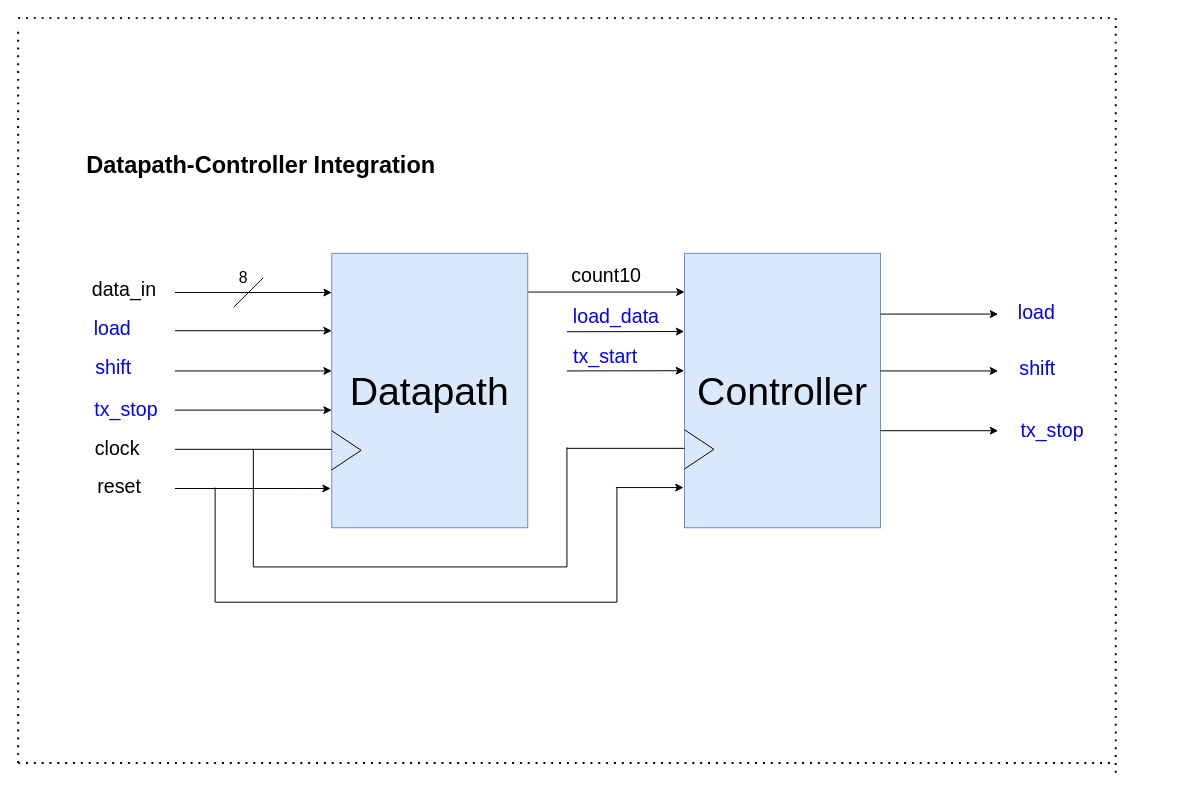
Above: docs/datapath-controller_uart.drawio in mnasirEE/uart_serial (draw.io), before the change. Source tidied: cells renumbered, new cells numbered last; positions are measured from the earlier drawing's top-left corner, leaving out a move shared by most shapes. Both pictures are drawn from the tidied source at 98%, with x=0, y=0 at pixel (18, 18).
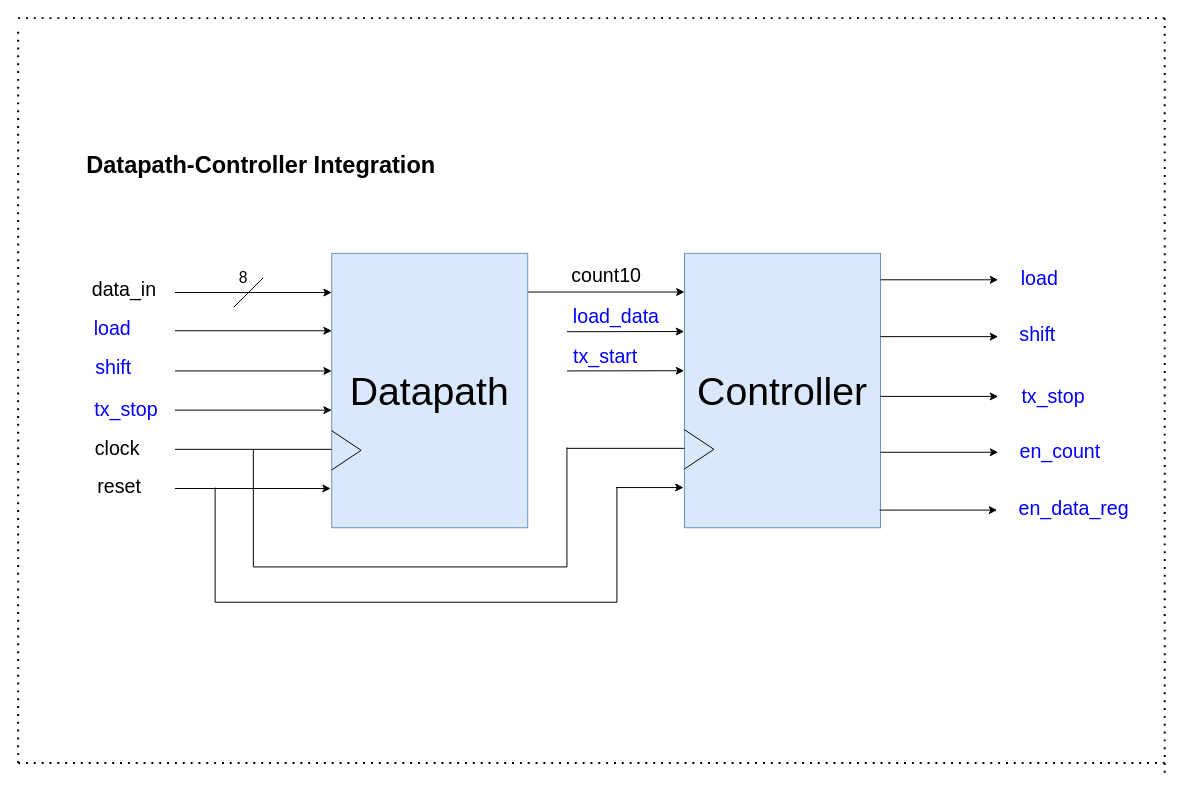
After the change.

Change to the diagram source:
```diff
@@
     <mxCell id="8" style="edgeStyle=none;orthogonalLoop=1;jettySize=auto;html=1;rounded=0;" parent="1" edge="1">
       <mxGeometry relative="1" as="geometry">
-        <mxPoint x="880" y="302" as="sourcePoint" />
-        <mxPoint x="1000" y="302" as="targetPoint" />
+        <mxPoint x="880" y="267" as="sourcePoint" />
+        <mxPoint x="1000" y="267" as="targetPoint" />
       </mxGeometry>
     </mxCell>
     <mxCell id="9" style="edgeStyle=none;orthogonalLoop=1;jettySize=auto;html=1;rounded=0;" parent="1" edge="1">
       <mxGeometry relative="1" as="geometry">
-        <mxPoint x="880" y="360" as="sourcePoint" />
-        <mxPoint x="1000" y="360" as="targetPoint" />
+        <mxPoint x="880" y="325" as="sourcePoint" />
+        <mxPoint x="1000" y="325" as="targetPoint" />
       </mxGeometry>
     </mxCell>
     <mxCell id="10" style="edgeStyle=none;orthogonalLoop=1;jettySize=auto;html=1;rounded=0;" parent="1" edge="1">
       <mxGeometry relative="1" as="geometry">
-        <mxPoint x="880" y="421" as="sourcePoint" />
-        <mxPoint x="1000" y="421" as="targetPoint" />
+        <mxPoint x="880" y="386" as="sourcePoint" />
+        <mxPoint x="1000" y="386" as="targetPoint" />
       </mxGeometry>
     </mxCell>
@@
     <mxCell id="29" value="&lt;font color=&quot;#0000ff&quot; style=&quot;font-size: 20px;&quot;&gt;load&lt;/font&gt;" style="text;html=1;align=center;verticalAlign=middle;strokeColor=none;fillColor=none;" parent="1" vertex="1">
-      <mxGeometry x="1009" y="280" width="60" height="40" as="geometry" />
+      <mxGeometry x="1012" y="245" width="60" height="40" as="geometry" />
     </mxCell>
     <mxCell id="30" value="&lt;font color=&quot;#0000ff&quot;&gt;&lt;font style=&quot;font-size: 20px;&quot;&gt;shift&lt;/font&gt;&lt;/font&gt;" style="text;html=1;align=center;verticalAlign=middle;strokeColor=none;fillColor=none;" parent="1" vertex="1">
-      <mxGeometry x="1010" y="337" width="60" height="40" as="geometry" />
+      <mxGeometry x="1010" y="302" width="60" height="40" as="geometry" />
     </mxCell>
     <mxCell id="31" value="&lt;font color=&quot;#0000ff&quot; style=&quot;font-size: 20px;&quot;&gt;tx_stop&lt;/font&gt;" style="text;html=1;align=center;verticalAlign=middle;strokeColor=none;fillColor=none;" parent="1" vertex="1">
-      <mxGeometry x="1010" y="400" width="90" height="40" as="geometry" />
+      <mxGeometry x="1011" y="365" width="90" height="40" as="geometry" />
     </mxCell>
@@
     <mxCell id="38" style="endArrow=none;dashed=1;html=1;dashPattern=1 3;strokeWidth=2;rounded=0;" parent="1" edge="1">
       <mxGeometry relative="1" as="geometry">
-        <mxPoint x="1120" y="770" as="sourcePoint" />
-        <mxPoint x="1120" as="targetPoint" />
+        <mxPoint x="1170" y="770" as="sourcePoint" />
+        <mxPoint x="1170" as="targetPoint" />
       </mxGeometry>
     </mxCell>
     <mxCell id="39" style="endArrow=none;dashed=1;html=1;dashPattern=1 3;strokeWidth=2;rounded=0;" parent="1" edge="1">
       <mxGeometry relative="1" as="geometry">
         <mxPoint as="sourcePoint" />
-        <mxPoint x="1120" as="targetPoint" />
+        <mxPoint x="1170" as="targetPoint" />
       </mxGeometry>
     </mxCell>
     <mxCell id="40" style="endArrow=none;dashed=1;html=1;dashPattern=1 3;strokeWidth=2;rounded=0;" parent="1" edge="1">
       <mxGeometry relative="1" as="geometry">
         <mxPoint y="760" as="sourcePoint" />
-        <mxPoint x="1120" y="760" as="targetPoint" />
+        <mxPoint x="1170" y="760" as="targetPoint" />
       </mxGeometry>
     </mxCell>
+    <mxCell id="41" style="edgeStyle=none;orthogonalLoop=1;jettySize=auto;html=1;rounded=0;" parent="1" edge="1">
+      <mxGeometry relative="1" as="geometry">
+        <mxPoint x="880" y="443" as="sourcePoint" />
+        <mxPoint x="1000" y="443" as="targetPoint" />
+      </mxGeometry>
+    </mxCell>
+    <mxCell id="42" value="&lt;font color=&quot;#0000ff&quot; style=&quot;font-size: 20px;&quot;&gt;en_count&lt;/font&gt;" style="text;html=1;align=center;verticalAlign=middle;strokeColor=none;fillColor=none;" parent="1" vertex="1">
+      <mxGeometry x="1008" y="421" width="110" height="40" as="geometry" />
+    </mxCell>
+    <mxCell id="43" style="edgeStyle=none;orthogonalLoop=1;jettySize=auto;html=1;rounded=0;" parent="1" edge="1">
+      <mxGeometry relative="1" as="geometry">
+        <mxPoint x="879" y="502" as="sourcePoint" />
+        <mxPoint x="999" y="502" as="targetPoint" />
+      </mxGeometry>
+    </mxCell>
+    <mxCell id="44" value="&lt;font color=&quot;#0000ff&quot; style=&quot;font-size: 20px;&quot;&gt;en_data_reg&lt;/font&gt;" style="text;html=1;align=center;verticalAlign=middle;strokeColor=none;fillColor=none;" parent="1" vertex="1">
+      <mxGeometry x="1007" y="480" width="140" height="40" as="geometry" />
+    </mxCell>
```
